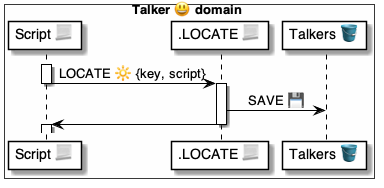
Before: 4 ⚙️ Solution/37 Scripts 📃/📃 Commands ⌘/⌘ for control ▶️/REGISTER 🔆/🔆 REGISTER ⚙️ uml.png, a diagram exported from PlantUML (pollyweb-org/pollyweb-docs). Its source is kept beside it as 4 ⚙️ Solution/37 Scripts 📃/📃 Commands ⌘/⌘ for control ▶️/REGISTER 🔆/🔆 REGISTER ⚙️ uml.puml.
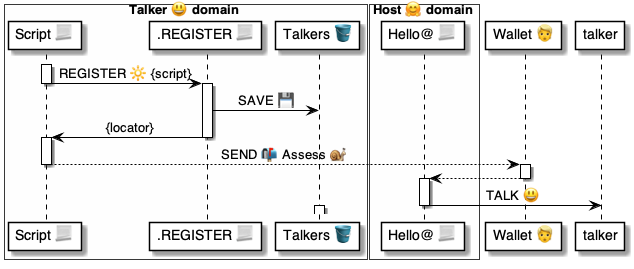
Above is the later version.

The edit, as a diff of the source:
```diff
@@ -6,16 +6,36 @@
     participant "Talkers 🪣" as talkers
 end box
 
+box Host 🤗 domain #FFFFFA
+    participant "Hello@ 📃" as hello
+end box
+
+
+participant "Wallet 👱" as wallet
+
 
 activate script
-    script -> locate: REGISTER 🔆 {key, script}
+    script -> locate: REGISTER 🔆 {script}
 deactivate script
 
 activate locate
     locate -> talkers: SAVE 💾
-    locate -> script
+    locate -> script: {locator}
 deactivate locate
 
 activate script
+    script --> wallet: SEND 📬 Assess 🐌
+deactivate script
+
+activate wallet
+    wallet --> hello:
+deactivate wallet
+
+activate hello
+    hello -> talker: TALK 😃
+deactivate hello
+
+activate talkers
+deactivate talkers
 
 @enduml
```
